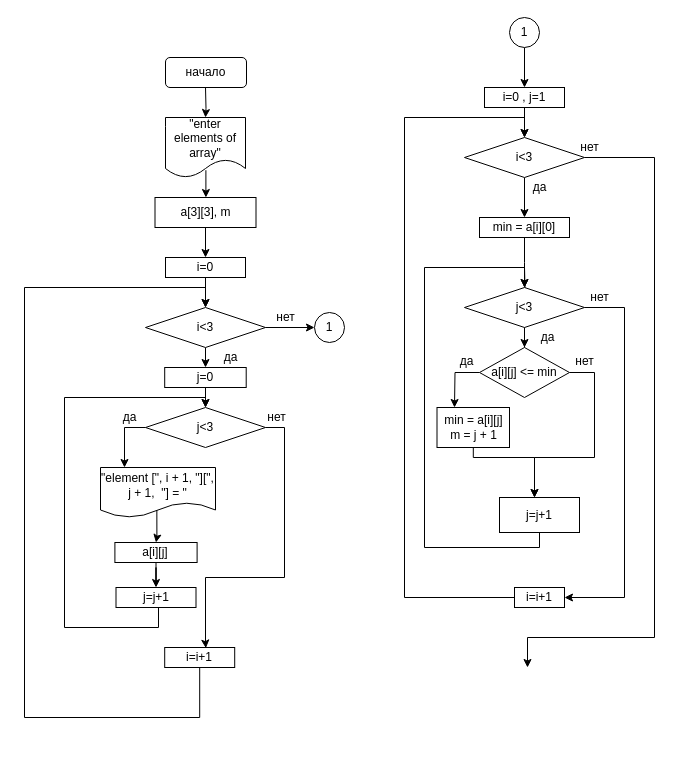
klep1koff/lifeishard keeps this draw.io diagram as 6/6.2.drawio. Above is the earlier version. Source tidied: cells renumbered, new cells numbered last; positions are measured from the earlier drawing's top-left corner, leaving out a move shared by most shapes. Both pictures are drawn from the tidied source at 100%, with x=0, y=0 at pixel (24, 17).
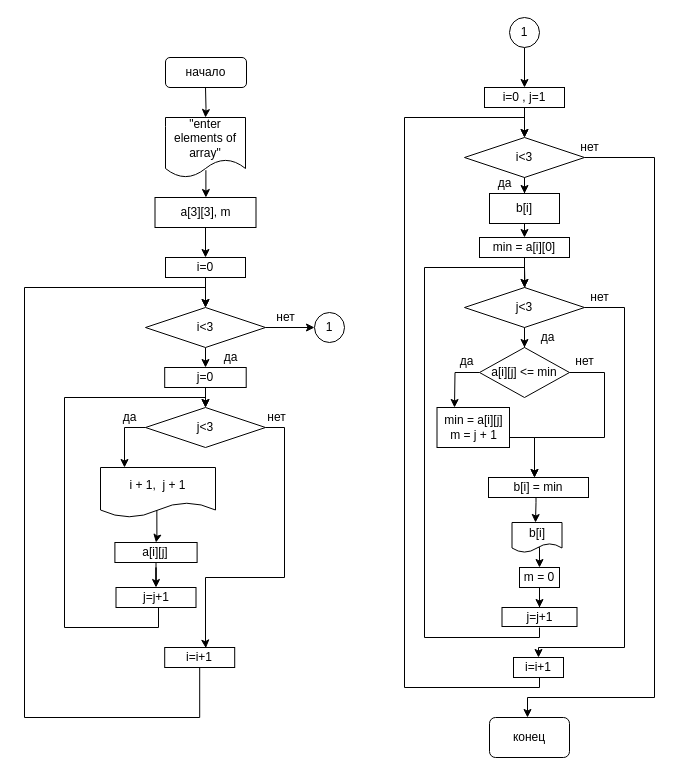
The same page after the edit.

The change refers to these unchanged cells:
```xml
<mxCell id="35" value="i&amp;lt;3" style="rhombus;whiteSpace=wrap;html=1;rounded=0;" parent="1" vertex="1">
  <mxGeometry x="440" y="120" width="120" height="40" as="geometry" />
</mxCell>
<mxCell id="44" value="j&amp;lt;3" style="rhombus;whiteSpace=wrap;html=1;rounded=0;" parent="1" vertex="1">
  <mxGeometry x="440" y="270" width="120" height="40" as="geometry" />
</mxCell>
<mxCell id="51" value="a[i][j] &amp;lt;= min" style="rhombus;whiteSpace=wrap;html=1;" parent="1" vertex="1">
  <mxGeometry x="455" y="330" width="90" height="50" as="geometry" />
</mxCell>
<mxCell id="55" value="min = a[i][j] m = j + 1" style="whiteSpace=wrap;html=1;" parent="1" vertex="1">
  <mxGeometry x="412.5" y="390" width="72.5" height="40" as="geometry" />
</mxCell>
```

What changed in the source:
```diff
@@
-    <mxCell id="16" value="&quot;element [&quot;, i + 1, &quot;][&quot;, j + 1,&amp;nbsp; &quot;] = &quot;" style="shape=document;whiteSpace=wrap;html=1;boundedLbl=1;" parent="1" vertex="1">
+    <mxCell id="16" value="i + 1,&amp;nbsp; j + 1" style="shape=document;whiteSpace=wrap;html=1;boundedLbl=1;" parent="1" vertex="1">
       <mxGeometry x="76" y="450" width="115" height="50" as="geometry" />
     </mxCell>
@@
-    <mxCell id="34" style="edgeStyle=orthogonalEdgeStyle;rounded=0;jettySize=auto;html=1;" parent="1" edge="1" source="35" target="37">
-      <mxGeometry relative="1" as="geometry" />
-    </mxCell>
+    <mxCell id="59" style="edgeStyle=orthogonalEdgeStyle;rounded=0;jettySize=auto;html=1;" parent="1" edge="1" source="35" target="63">
+      <mxGeometry relative="1" as="geometry" />
+    </mxCell>
@@
     <mxCell id="37" value="min = a[i][0]" style="whiteSpace=wrap;html=1;rounded=0;" parent="1" vertex="1">
-      <mxGeometry x="455" y="200" width="90" height="20" as="geometry" />
+      <mxGeometry x="455" y="220" width="90" height="20" as="geometry" />
     </mxCell>
     <mxCell id="38" value="да" style="text;html=1;align=center;verticalAlign=middle;strokeColor=none;fillColor=none;" parent="1" vertex="1">
-      <mxGeometry x="500" y="160" width="30" height="20" as="geometry" />
+      <mxGeometry x="465" y="156" width="30" height="20" as="geometry" />
     </mxCell>
     <mxCell id="39" style="edgeStyle=orthogonalEdgeStyle;rounded=0;jettySize=auto;html=1;exitX=1;exitY=0.5;exitDx=0;exitDy=0;" parent="1" edge="1" source="35">
       <mxGeometry relative="1" as="geometry">
-        <mxPoint x="503" y="650" as="targetPoint" />
+        <mxPoint x="503" y="700" as="targetPoint" />
         <Array as="points">
           <mxPoint x="630" y="140" />
-          <mxPoint x="630" y="620" />
-          <mxPoint x="503" y="620" />
+          <mxPoint x="630" y="680" />
+          <mxPoint x="503" y="680" />
         </Array>
       </mxGeometry>
     </mxCell>
@@
     <mxCell id="42" style="edgeStyle=orthogonalEdgeStyle;rounded=0;jettySize=auto;html=1;startArrow=none;" parent="1" edge="1" source="58">
       <mxGeometry relative="1" as="geometry">
         <mxPoint x="500" y="120" as="targetPoint" />
         <Array as="points">
+          <mxPoint x="515" y="670" />
+          <mxPoint x="380" y="670" />
           <mxPoint x="380" y="100" />
           <mxPoint x="500" y="100" />
         </Array>
       </mxGeometry>
     </mxCell>
@@
-    <mxCell id="46" style="edgeStyle=orthogonalEdgeStyle;rounded=0;jettySize=auto;html=1;exitX=1;exitY=0.5;exitDx=0;exitDy=0;entryX=1;entryY=0.5;entryDx=0;entryDy=0;" parent="1" edge="1" source="44" target="58">
+    <mxCell id="46" style="edgeStyle=orthogonalEdgeStyle;rounded=0;jettySize=auto;html=1;exitX=1;exitY=0.5;exitDx=0;exitDy=0;entryX=0.5;entryY=0;entryDx=0;entryDy=0;" parent="1" edge="1" source="44" target="58">
       <mxGeometry relative="1" as="geometry">
         <Array as="points">
           <mxPoint x="600" y="290" />
-          <mxPoint x="600" y="580" />
+          <mxPoint x="600" y="630" />
+          <mxPoint x="514" y="630" />
         </Array>
       </mxGeometry>
     </mxCell>
@@
-    <mxCell id="50" style="edgeStyle=orthogonalEdgeStyle;rounded=0;jettySize=auto;html=1;" parent="1" edge="1" source="51">
-      <mxGeometry relative="1" as="geometry">
-        <mxPoint x="510" y="480" as="targetPoint" />
-        <Array as="points">
-          <mxPoint x="570" y="355" />
-          <mxPoint x="570" y="440" />
-          <mxPoint x="510" y="440" />
-        </Array>
-      </mxGeometry>
-    </mxCell>
+    <mxCell id="60" style="edgeStyle=orthogonalEdgeStyle;rounded=0;jettySize=auto;html=1;" parent="1" edge="1" source="51">
+      <mxGeometry relative="1" as="geometry">
+        <mxPoint x="510" y="460" as="targetPoint" />
+        <Array as="points">
+          <mxPoint x="580" y="355" />
+          <mxPoint x="580" y="420" />
+          <mxPoint x="510" y="420" />
+        </Array>
+      </mxGeometry>
+    </mxCell>
@@
-    <mxCell id="54" style="edgeStyle=orthogonalEdgeStyle;rounded=0;jettySize=auto;html=1;" parent="1" edge="1" source="55">
-      <mxGeometry relative="1" as="geometry">
-        <mxPoint x="510" y="480" as="targetPoint" />
-        <Array as="points">
-          <mxPoint x="449" y="440" />
-        </Array>
-      </mxGeometry>
-    </mxCell>
+    <mxCell id="61" style="edgeStyle=orthogonalEdgeStyle;rounded=0;jettySize=auto;html=1;" parent="1" edge="1" source="55">
+      <mxGeometry relative="1" as="geometry">
+        <mxPoint x="510" y="460" as="targetPoint" />
+        <Array as="points">
+          <mxPoint x="510" y="420" />
+        </Array>
+      </mxGeometry>
+    </mxCell>
@@
-    <mxCell id="56" style="edgeStyle=orthogonalEdgeStyle;rounded=0;jettySize=auto;html=1;" parent="1" edge="1" source="57">
+    <mxCell id="56" style="edgeStyle=orthogonalEdgeStyle;rounded=0;orthogonalLoop=1;jettySize=auto;html=1;" parent="1" edge="1">
       <mxGeometry relative="1" as="geometry">
+        <mxPoint x="515" y="610" as="sourcePoint" />
         <mxPoint x="500" y="270" as="targetPoint" />
         <Array as="points">
-          <mxPoint x="515" y="530" />
-          <mxPoint x="400" y="530" />
+          <mxPoint x="515" y="620" />
+          <mxPoint x="400" y="620" />
           <mxPoint x="400" y="250" />
           <mxPoint x="500" y="250" />
         </Array>
       </mxGeometry>
     </mxCell>
+    <mxCell id="58" value="i=i+1" style="whiteSpace=wrap;html=1;" parent="1" vertex="1">
+      <mxGeometry x="489" y="640" width="50" height="20" as="geometry" />
+    </mxCell>
+    <mxCell id="62" style="edgeStyle=orthogonalEdgeStyle;rounded=0;jettySize=auto;html=1;" parent="1" edge="1" source="63">
+      <mxGeometry relative="1" as="geometry">
+        <mxPoint x="500" y="220" as="targetPoint" />
+        <Array as="points">
+          <mxPoint x="500" y="220" />
+          <mxPoint x="500" y="220" />
+        </Array>
+      </mxGeometry>
+    </mxCell>
+    <mxCell id="63" value="b[i]" style="rounded=0;whiteSpace=wrap;html=1;" parent="1" vertex="1">
+      <mxGeometry x="465" y="176" width="70" height="30" as="geometry" />
+    </mxCell>
+    <mxCell id="64" style="edgeStyle=orthogonalEdgeStyle;rounded=0;jettySize=auto;html=1;exitX=0.475;exitY=0.956;exitDx=0;exitDy=0;exitPerimeter=0;" parent="1" edge="1" source="65">
+      <mxGeometry relative="1" as="geometry">
+        <mxPoint x="511" y="505" as="targetPoint" />
+        <Array as="points">
+          <mxPoint x="512" y="485" />
+          <mxPoint x="511" y="485" />
+        </Array>
+      </mxGeometry>
+    </mxCell>
+    <mxCell id="65" value="b[i] = min" style="whiteSpace=wrap;html=1;" parent="1" vertex="1">
+      <mxGeometry x="464" y="460" width="100" height="20" as="geometry" />
+    </mxCell>
     <mxCell id="57" value="j=j+1" style="whiteSpace=wrap;html=1;" parent="1" vertex="1">
-      <mxGeometry x="475" y="480" width="80" height="35" as="geometry" />
+      <mxGeometry x="477.5" y="590" width="75" height="19" as="geometry" />
     </mxCell>
-    <mxCell id="58" value="i=i+1" style="whiteSpace=wrap;html=1;" parent="1" vertex="1">
-      <mxGeometry x="490" y="570" width="50" height="20" as="geometry" />
-    </mxCell>
+    <mxCell id="66" style="edgeStyle=orthogonalEdgeStyle;rounded=0;jettySize=auto;html=1;exitX=0.508;exitY=0.825;exitDx=0;exitDy=0;exitPerimeter=0;" parent="1" edge="1" source="67">
+      <mxGeometry relative="1" as="geometry">
+        <mxPoint x="515" y="550" as="targetPoint" />
+        <Array as="points">
+          <mxPoint x="515" y="530" />
+        </Array>
+      </mxGeometry>
+    </mxCell>
+    <mxCell id="67" value="b[i]" style="shape=document;whiteSpace=wrap;html=1;boundedLbl=1;" parent="1" vertex="1">
+      <mxGeometry x="487.5" y="505" width="50" height="30" as="geometry" />
+    </mxCell>
+    <mxCell id="68" style="edgeStyle=orthogonalEdgeStyle;rounded=0;jettySize=auto;html=1;entryX=0.5;entryY=0;entryDx=0;entryDy=0;" parent="1" edge="1" source="69" target="57">
+      <mxGeometry relative="1" as="geometry" />
+    </mxCell>
+    <mxCell id="69" value="m = 0" style="whiteSpace=wrap;html=1;" parent="1" vertex="1">
+      <mxGeometry x="495" y="550" width="40" height="20" as="geometry" />
+    </mxCell>
+    <mxCell id="70" value="конец" style="rounded=1;whiteSpace=wrap;html=1;" parent="1" vertex="1">
+      <mxGeometry x="465" y="700" width="80" height="40" as="geometry" />
+    </mxCell>
```
